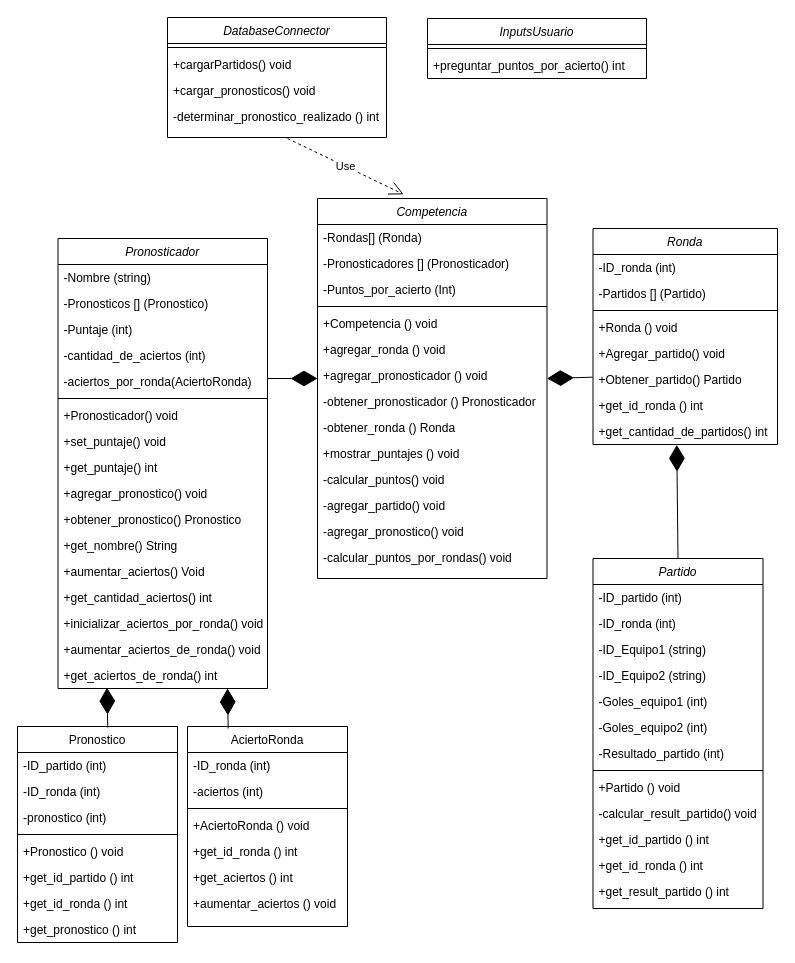
gmenendez0/Pronosticador_Deportivo keeps this draw.io diagram as doc/UML_Pronosticador_Deportivo.drawio. Above is the earlier version. Source tidied: cells renumbered, new cells numbered last; positions are measured from the earlier drawing's top-left corner, leaving out a move shared by most shapes. Both pictures are drawn from the tidied source at 100%, with x=0, y=0 at pixel (17, 17).
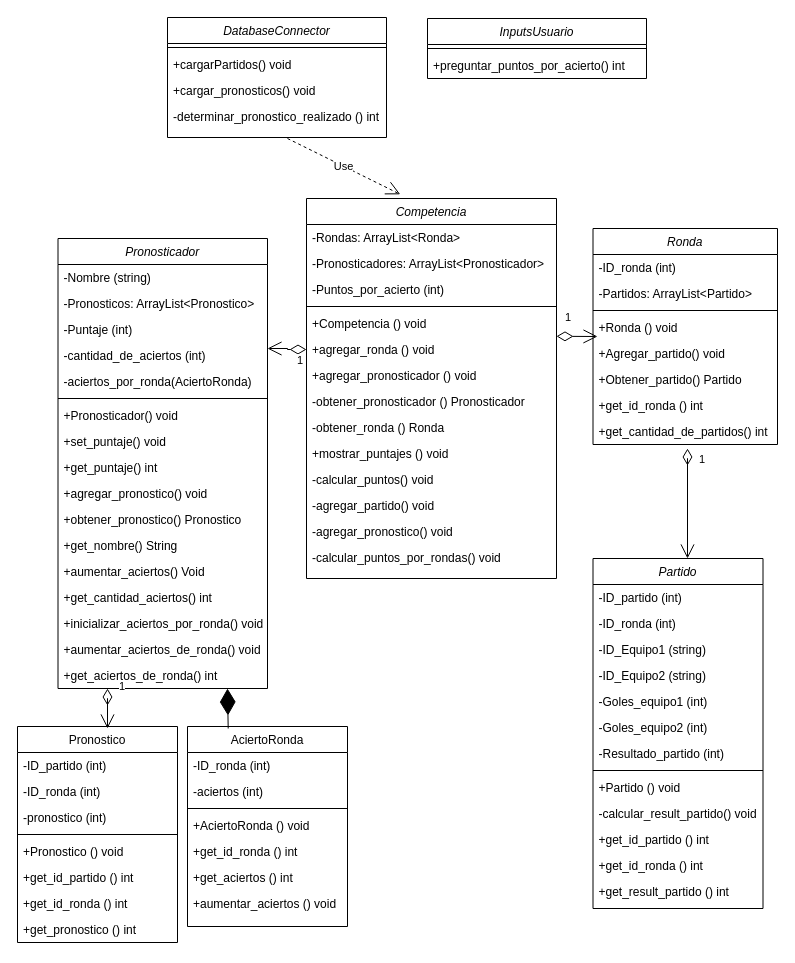
Above is the later version.

Commit message (it also covers changes not shown here):
-Modificaciones en el UML diagrama de clases.

The change refers to these unchanged cells:
```xml
<mxCell id="2" value="Pronosticador" style="swimlane;fontStyle=2;align=center;verticalAlign=top;horizontal=1;startSize=26;rounded=0;shadow=0;strokeWidth=1;" parent="1" vertex="1">
  <mxGeometry x="40.5" y="221" width="209.5" height="450" as="geometry" />
</mxCell>
<mxCell id="19" value="+get_aciertos_de_ronda() int" style="text;align=left;verticalAlign=top;spacingLeft=4;spacingRight=4;overflow=hidden;points=[[0,0.5],[1,0.5]];portConstraint=eastwest;rounded=0;shadow=0;html=0;" parent="2" vertex="1">
  <mxGeometry y="424" width="209.5" height="26" as="geometry" />
</mxCell>
<mxCell id="20" value="Pronostico" style="swimlane;fontStyle=0;align=center;verticalAlign=top;horizontal=1;startSize=26;rounded=0;shadow=0;strokeWidth=1;" parent="1" vertex="1">
  <mxGeometry y="709" width="160" height="216" as="geometry" />
</mxCell>
<mxCell id="29" value="Partido" style="swimlane;fontStyle=2;align=center;verticalAlign=top;horizontal=1;startSize=26;rounded=0;shadow=0;strokeWidth=1;" parent="1" vertex="1">
  <mxGeometry x="575.5" y="541" width="170" height="350" as="geometry" />
</mxCell>
<mxCell id="43" value="Ronda" style="swimlane;fontStyle=2;align=center;verticalAlign=top;horizontal=1;startSize=26;rounded=0;shadow=0;strokeWidth=1;" parent="1" vertex="1">
  <mxGeometry x="575.5" y="211" width="184.5" height="216" as="geometry" />
</mxCell>
<mxCell id="49" value="+Obtener_partido() Partido" style="text;align=left;verticalAlign=top;spacingLeft=4;spacingRight=4;overflow=hidden;points=[[0,0.5],[1,0.5]];portConstraint=eastwest;rounded=0;shadow=0;html=0;" parent="43" vertex="1">
  <mxGeometry y="138" width="184.5" height="26" as="geometry" />
</mxCell>
<mxCell id="51" value="+get_cantidad_de_partidos() int" style="text;align=left;verticalAlign=top;spacingLeft=4;spacingRight=4;overflow=hidden;points=[[0,0.5],[1,0.5]];portConstraint=eastwest;rounded=0;shadow=0;html=0;" parent="43" vertex="1">
  <mxGeometry y="190" width="184.5" height="26" as="geometry" />
</mxCell>
```

The edit, as a diff of the source:
```diff
@@
-    <mxCell id="4" value="-Pronosticos [] (Pronostico)" style="text;align=left;verticalAlign=top;spacingLeft=4;spacingRight=4;overflow=hidden;rounded=0;shadow=0;html=0;" parent="2" vertex="1">
+    <mxCell id="4" value="-Pronosticos: ArrayList&lt;Pronostico&gt;" style="text;align=left;verticalAlign=top;spacingLeft=4;spacingRight=4;overflow=hidden;rounded=0;shadow=0;html=0;" parent="2" vertex="1">
       <mxGeometry y="52" width="209.5" height="26" as="geometry" />
     </mxCell>
@@
-    <mxCell id="45" value="-Partidos [] (Partido)" style="text;align=left;verticalAlign=top;spacingLeft=4;spacingRight=4;overflow=hidden;rounded=0;shadow=0;html=0;" parent="43" vertex="1">
+    <mxCell id="45" value="-Partidos: ArrayList&lt;Partido&gt;" style="text;align=left;verticalAlign=top;spacingLeft=4;spacingRight=4;overflow=hidden;rounded=0;shadow=0;html=0;" parent="43" vertex="1">
       <mxGeometry y="52" width="184.5" height="26" as="geometry" />
     </mxCell>
@@
     <mxCell id="52" value="Competencia" style="swimlane;fontStyle=2;align=center;verticalAlign=top;horizontal=1;startSize=26;rounded=0;shadow=0;strokeWidth=1;" parent="1" vertex="1">
-      <mxGeometry x="300" y="181" width="229.5" height="380" as="geometry" />
+      <mxGeometry x="289" y="181" width="250" height="380" as="geometry" />
     </mxCell>
-    <mxCell id="53" value="-Rondas[] (Ronda)" style="text;align=left;verticalAlign=top;spacingLeft=4;spacingRight=4;overflow=hidden;" parent="52" vertex="1">
-      <mxGeometry y="26" width="229.5" height="26" as="geometry" />
+    <mxCell id="53" value="-Rondas: ArrayList&lt;Ronda&gt;" style="text;align=left;verticalAlign=top;spacingLeft=4;spacingRight=4;overflow=hidden;" parent="52" vertex="1">
+      <mxGeometry y="26" width="250" height="26" as="geometry" />
     </mxCell>
-    <mxCell id="54" value="-Pronosticadores [] (Pronosticador)" style="text;align=left;verticalAlign=top;spacingLeft=4;spacingRight=4;overflow=hidden;rounded=0;shadow=0;html=0;" parent="52" vertex="1">
-      <mxGeometry y="52" width="229.5" height="26" as="geometry" />
+    <mxCell id="54" value="-Pronosticadores: ArrayList&lt;Pronosticador&gt;" style="text;align=left;verticalAlign=top;spacingLeft=4;spacingRight=4;overflow=hidden;rounded=0;shadow=0;html=0;" parent="52" vertex="1">
+      <mxGeometry y="52" width="250" height="26" as="geometry" />
     </mxCell>
-    <mxCell id="55" value="-Puntos_por_acierto (Int)" style="text;align=left;verticalAlign=top;spacingLeft=4;spacingRight=4;overflow=hidden;rounded=0;shadow=0;html=0;" parent="52" vertex="1">
-      <mxGeometry y="78" width="229.5" height="26" as="geometry" />
+    <mxCell id="55" value="-Puntos_por_acierto (int)" style="text;align=left;verticalAlign=top;spacingLeft=4;spacingRight=4;overflow=hidden;rounded=0;shadow=0;html=0;" parent="52" vertex="1">
+      <mxGeometry y="78" width="250" height="26" as="geometry" />
     </mxCell>
     <mxCell id="56" style="line;html=1;strokeWidth=1;align=left;verticalAlign=middle;spacingTop=-1;spacingLeft=3;spacingRight=3;labelPosition=right;" parent="52" vertex="1">
-      <mxGeometry y="104" width="229.5" height="8" as="geometry" />
+      <mxGeometry y="104" width="250" height="8" as="geometry" />
     </mxCell>
     <mxCell id="57" value="+Competencia () void" style="text;align=left;verticalAlign=top;spacingLeft=4;spacingRight=4;overflow=hidden;rounded=0;shadow=0;html=0;" parent="52" vertex="1">
-      <mxGeometry y="112" width="229.5" height="26" as="geometry" />
+      <mxGeometry y="112" width="250" height="26" as="geometry" />
     </mxCell>
+    <mxCell id="89" value="1" style="endArrow=open;html=1;endSize=12;startArrow=diamondThin;startSize=14;startFill=0;edgeStyle=orthogonalEdgeStyle;align=left;verticalAlign=bottom;rounded=0;" parent="52" edge="1" source="58">
+      <mxGeometry x="-0.43" y="20" relative="1" as="geometry">
+        <mxPoint x="-39" y="150" as="targetPoint" />
+        <Array as="points">
+          <mxPoint x="-19" y="151" />
+          <mxPoint x="-19" y="150" />
+        </Array>
+      </mxGeometry>
+    </mxCell>
     <mxCell id="58" value="+agregar_ronda () void" style="text;align=left;verticalAlign=top;spacingLeft=4;spacingRight=4;overflow=hidden;points=[[0,0.5],[1,0.5]];portConstraint=eastwest;rounded=0;shadow=0;html=0;" parent="52" vertex="1">
-      <mxGeometry y="138" width="229.5" height="26" as="geometry" />
+      <mxGeometry y="138" width="250" height="26" as="geometry" />
     </mxCell>
     <mxCell id="59" value="+agregar_pronosticador () void" style="text;align=left;verticalAlign=top;spacingLeft=4;spacingRight=4;overflow=hidden;rounded=0;shadow=0;html=0;" parent="52" vertex="1">
-      <mxGeometry y="164" width="229.5" height="26" as="geometry" />
+      <mxGeometry y="164" width="250" height="26" as="geometry" />
     </mxCell>
     <mxCell id="60" value="-obtener_pronosticador () Pronosticador" style="text;align=left;verticalAlign=top;spacingLeft=4;spacingRight=4;overflow=hidden;rounded=0;shadow=0;html=0;" parent="52" vertex="1">
-      <mxGeometry y="190" width="229.5" height="26" as="geometry" />
+      <mxGeometry y="190" width="250" height="26" as="geometry" />
     </mxCell>
     <mxCell id="61" value="-obtener_ronda () Ronda" style="text;align=left;verticalAlign=top;spacingLeft=4;spacingRight=4;overflow=hidden;rounded=0;shadow=0;html=0;" parent="52" vertex="1">
-      <mxGeometry y="216" width="229.5" height="26" as="geometry" />
+      <mxGeometry y="216" width="250" height="26" as="geometry" />
     </mxCell>
     <mxCell id="62" value="+mostrar_puntajes () void" style="text;align=left;verticalAlign=top;spacingLeft=4;spacingRight=4;overflow=hidden;rounded=0;shadow=0;html=0;" parent="52" vertex="1">
-      <mxGeometry y="242" width="229.5" height="26" as="geometry" />
+      <mxGeometry y="242" width="250" height="26" as="geometry" />
     </mxCell>
     <mxCell id="63" value="-calcular_puntos() void" style="text;align=left;verticalAlign=top;spacingLeft=4;spacingRight=4;overflow=hidden;rounded=0;shadow=0;html=0;" parent="52" vertex="1">
-      <mxGeometry y="268" width="229.5" height="26" as="geometry" />
+      <mxGeometry y="268" width="250" height="26" as="geometry" />
     </mxCell>
     <mxCell id="64" value="-agregar_partido() void" style="text;align=left;verticalAlign=top;spacingLeft=4;spacingRight=4;overflow=hidden;rounded=0;shadow=0;html=0;" parent="52" vertex="1">
-      <mxGeometry y="294" width="229.5" height="26" as="geometry" />
+      <mxGeometry y="294" width="250" height="26" as="geometry" />
     </mxCell>
     <mxCell id="65" value="-agregar_pronostico() void" style="text;align=left;verticalAlign=top;spacingLeft=4;spacingRight=4;overflow=hidden;rounded=0;shadow=0;html=0;" parent="52" vertex="1">
-      <mxGeometry y="320" width="229.5" height="26" as="geometry" />
+      <mxGeometry y="320" width="250" height="26" as="geometry" />
     </mxCell>
     <mxCell id="66" value="-calcular_puntos_por_rondas() void" style="text;align=left;verticalAlign=top;spacingLeft=4;spacingRight=4;overflow=hidden;rounded=0;shadow=0;html=0;" parent="52" vertex="1">
-      <mxGeometry y="346" width="229.5" height="26" as="geometry" />
+      <mxGeometry y="346" width="250" height="26" as="geometry" />
     </mxCell>
@@
-    <mxCell id="83" style="endArrow=diamondThin;endFill=1;endSize=24;html=1;rounded=0;" parent="1" edge="1">
-      <mxGeometry relative="1" as="geometry">
-        <mxPoint x="250" y="361" as="sourcePoint" />
-        <mxPoint x="300" y="361" as="targetPoint" />
-      </mxGeometry>
-    </mxCell>
-    <mxCell id="84" style="endArrow=diamondThin;endFill=1;endSize=24;html=1;rounded=0;exitX=-0.002;exitY=0.411;exitDx=0;exitDy=0;exitPerimeter=0;" parent="1" edge="1" source="49">
-      <mxGeometry relative="1" as="geometry">
-        <mxPoint x="529.5" y="361" as="targetPoint" />
-      </mxGeometry>
-    </mxCell>
-    <mxCell id="85" style="endArrow=diamondThin;endFill=1;endSize=24;html=1;rounded=0;exitX=0.5;exitY=0;exitDx=0;exitDy=0;entryX=0.454;entryY=1.013;entryDx=0;entryDy=0;entryPerimeter=0;" parent="1" edge="1" source="29" target="51">
-      <mxGeometry relative="1" as="geometry" />
-    </mxCell>
-    <mxCell id="86" style="endArrow=diamondThin;endFill=1;endSize=24;html=1;rounded=0;entryX=0.234;entryY=0.966;entryDx=0;entryDy=0;entryPerimeter=0;exitX=0.564;exitY=0.005;exitDx=0;exitDy=0;exitPerimeter=0;" parent="1" edge="1" source="20" target="19">
-      <mxGeometry relative="1" as="geometry" />
-    </mxCell>
@@
+    <mxCell id="90" value="1" style="endArrow=open;html=1;endSize=12;startArrow=diamondThin;startSize=14;startFill=0;edgeStyle=orthogonalEdgeStyle;align=left;verticalAlign=bottom;rounded=0;" parent="1" edge="1">
+      <mxGeometry x="-0.64" y="10" relative="1" as="geometry">
+        <mxPoint x="670" y="431" as="sourcePoint" />
+        <mxPoint x="670" y="541" as="targetPoint" />
+        <Array as="points">
+          <mxPoint x="670" y="441" />
+          <mxPoint x="670" y="538" />
+        </Array>
+      </mxGeometry>
+    </mxCell>
+    <mxCell id="91" value="1" style="endArrow=open;html=1;endSize=12;startArrow=diamondThin;startSize=14;startFill=0;edgeStyle=orthogonalEdgeStyle;align=left;verticalAlign=bottom;rounded=0;" parent="1" edge="1">
+      <mxGeometry x="-0.64" y="10" relative="1" as="geometry">
+        <mxPoint x="90" y="671" as="sourcePoint" />
+        <mxPoint x="90" y="711" as="targetPoint" />
+        <Array as="points">
+          <mxPoint x="90" y="681" />
+          <mxPoint x="90" y="778" />
+        </Array>
+      </mxGeometry>
+    </mxCell>
+    <mxCell id="92" value="1" style="endArrow=open;html=1;endSize=12;startArrow=diamondThin;startSize=14;startFill=0;edgeStyle=orthogonalEdgeStyle;align=left;verticalAlign=bottom;rounded=0;" parent="1" edge="1">
+      <mxGeometry x="-0.64" y="10" relative="1" as="geometry">
+        <mxPoint x="539" y="318.8" as="sourcePoint" />
+        <mxPoint x="580" y="319" as="targetPoint" />
+        <Array as="points">
+          <mxPoint x="539" y="318.8" />
+        </Array>
+      </mxGeometry>
+    </mxCell>
```
